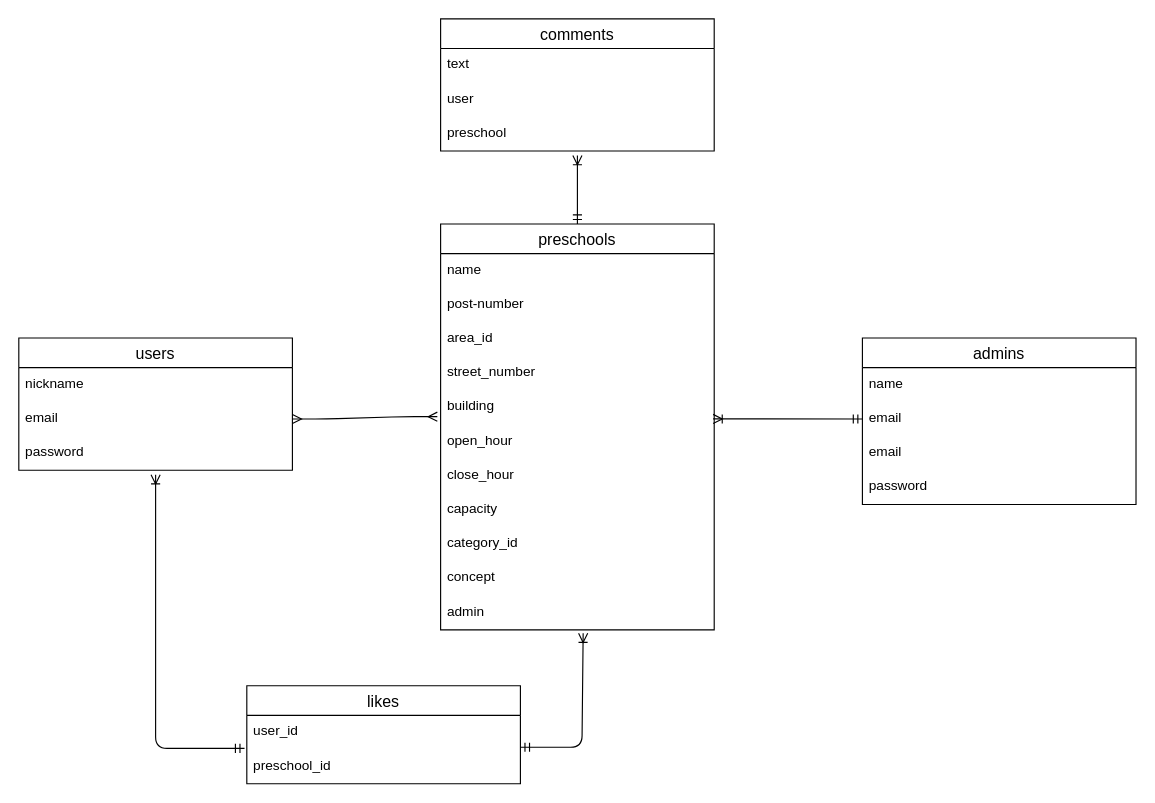
kamada-maki/preschool-match-app keeps this draw.io diagram as preschool-match.dio. Above is the earlier version. Source tidied: cells renumbered, new cells numbered last; positions are measured from the earlier drawing's top-left corner, leaving out a move shared by most shapes. Both pictures are drawn from the tidied source at 114%, with x=0, y=0 at pixel (18, 18).
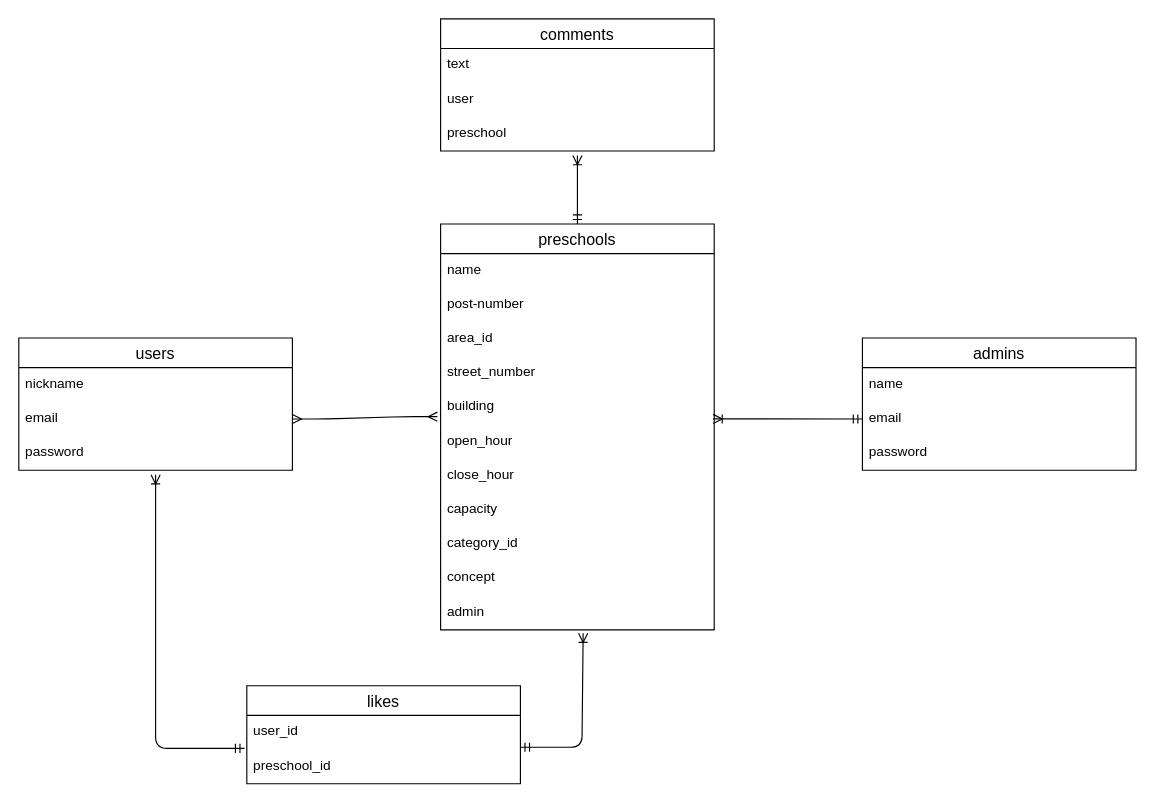
Above is the later version.

What changed in the source:
```diff
@@
     <mxCell id="6" value="admins" style="swimlane;fontStyle=0;horizontal=1;startSize=26;align=center;fontSize=14;" parent="1" vertex="1">
-      <mxGeometry x="740" y="280" width="240" height="146" as="geometry" />
+      <mxGeometry x="740" y="280" width="240" height="116" as="geometry" />
     </mxCell>
@@
-    <mxCell id="9" value="email" style="text;strokeColor=none;fillColor=none;spacingLeft=4;spacingRight=4;overflow=hidden;fontSize=12;" parent="6" vertex="1">
-      <mxGeometry y="86" width="240" height="30" as="geometry" />
-    </mxCell>
     <mxCell id="10" value="password" style="text;strokeColor=none;fillColor=none;spacingLeft=4;spacingRight=4;overflow=hidden;fontSize=12;" parent="6" vertex="1">
-      <mxGeometry y="116" width="240" height="30" as="geometry" />
+      <mxGeometry y="86" width="240" height="30" as="geometry" />
     </mxCell>
```
